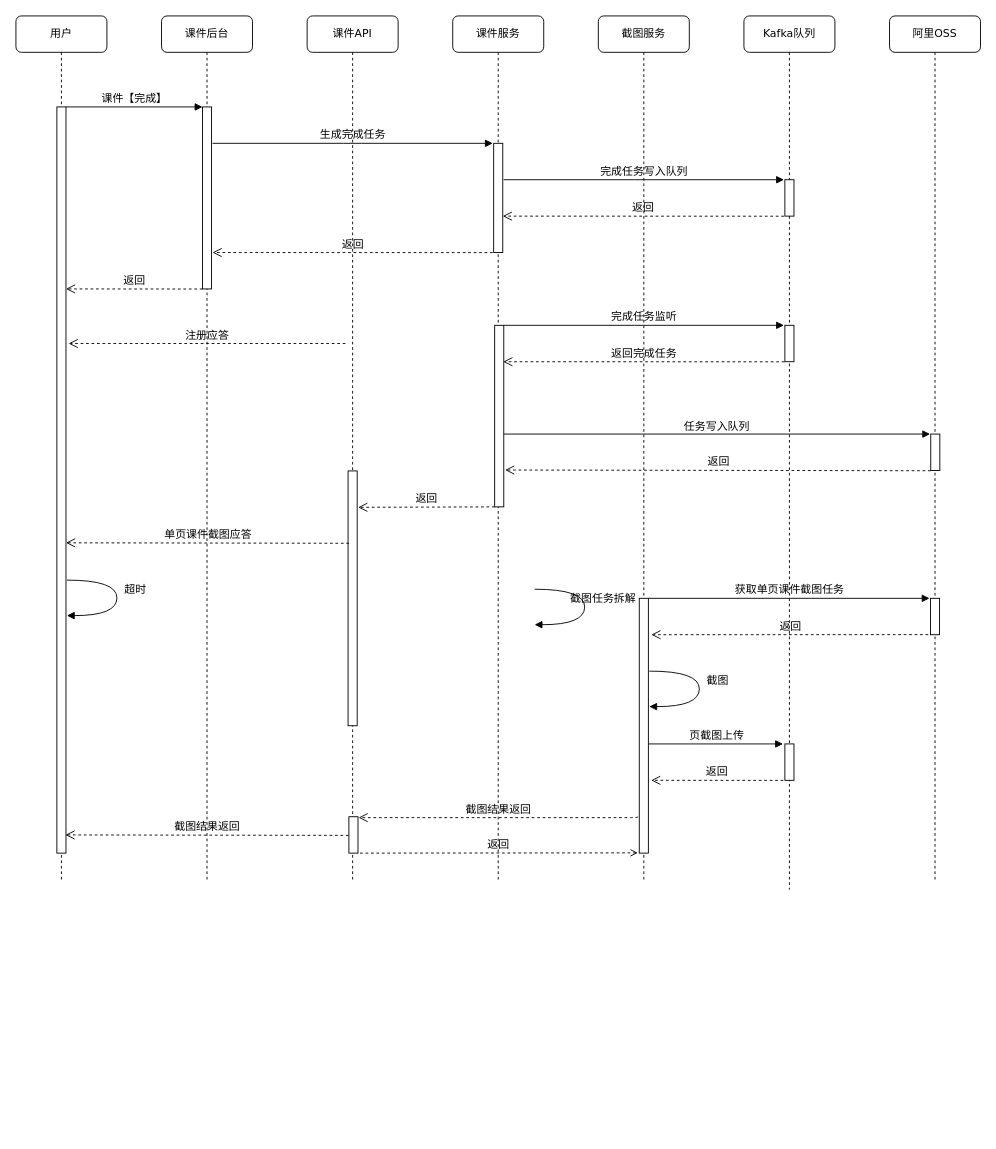
Before: cw3-release.drawio in huanjiesm/courseware-draw, a draw.io diagram. Source tidied: cells renumbered, new cells numbered last; positions are measured from the earlier drawing's top-left corner, leaving out a move shared by most shapes. Both pictures are drawn from the tidied source at 91%, with x=0, y=0 at pixel (15, 15).
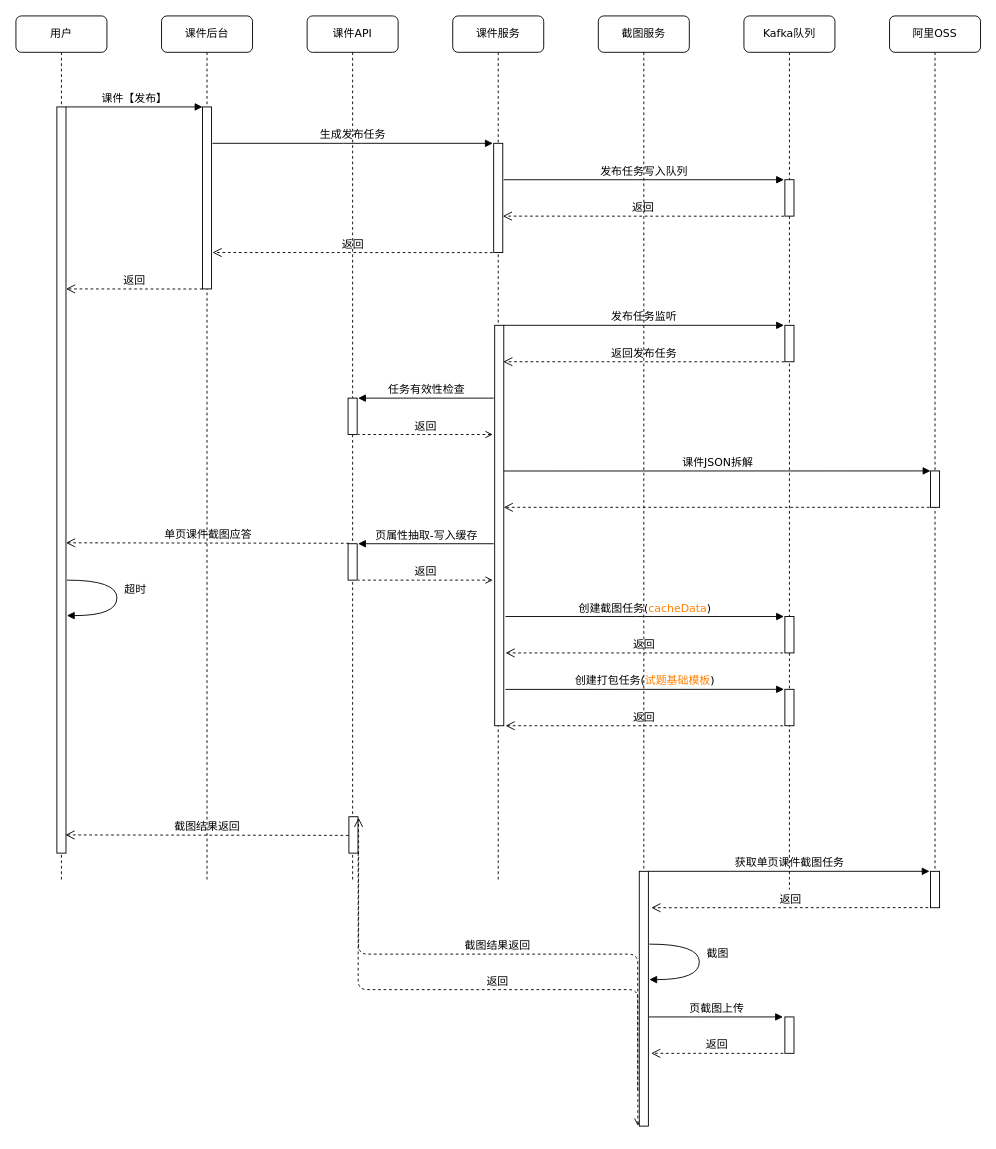
After the change.

Unchanged cells that the change refers to:
```xml
<mxCell id="2" value="阿里OSS" style="shape=umlLifeline;perimeter=lifelinePerimeter;whiteSpace=wrap;html=1;rounded=1;shadow=0;comic=0;labelBackgroundColor=none;strokeWidth=1;fontFamily=Verdana;fontSize=12;align=center;" parent="1" vertex="1">
  <mxGeometry x="960" width="100" height="950" as="geometry" />
</mxCell>
<mxCell id="4" value="Kafka队列" style="shape=umlLifeline;perimeter=lifelinePerimeter;whiteSpace=wrap;html=1;rounded=1;shadow=0;comic=0;labelBackgroundColor=none;strokeWidth=1;fontFamily=Verdana;fontSize=12;align=center;" parent="1" vertex="1">
  <mxGeometry x="800" width="100" height="960" as="geometry" />
</mxCell>
<mxCell id="10" style="html=1;points=[];perimeter=orthogonalPerimeter;rounded=0;shadow=0;comic=0;labelBackgroundColor=none;strokeWidth=1;fontFamily=Verdana;fontSize=12;align=center;" parent="9" vertex="1">
  <mxGeometry x="45" y="100" width="10" height="200" as="geometry" />
</mxCell>
<mxCell id="12" value="课件API" style="shape=umlLifeline;perimeter=lifelinePerimeter;whiteSpace=wrap;html=1;rounded=1;shadow=0;comic=0;labelBackgroundColor=none;strokeWidth=1;fontFamily=Verdana;fontSize=12;align=center;" parent="1" vertex="1">
  <mxGeometry x="320" width="100" height="950" as="geometry" />
</mxCell>
<mxCell id="16" value="课件服务" style="shape=umlLifeline;perimeter=lifelinePerimeter;whiteSpace=wrap;html=1;rounded=1;shadow=0;comic=0;labelBackgroundColor=none;strokeWidth=1;fontFamily=Verdana;fontSize=12;align=center;" parent="1" vertex="1">
  <mxGeometry x="480" width="100" height="950" as="geometry" />
</mxCell>
<mxCell id="27" style="html=1;points=[];perimeter=orthogonalPerimeter;rounded=0;shadow=0;comic=0;labelBackgroundColor=none;strokeWidth=1;fontFamily=Verdana;fontSize=12;align=center;" parent="26" vertex="1">
  <mxGeometry x="45" y="100" width="10" height="820" as="geometry" />
</mxCell>
<mxCell id="28" value="截图服务" style="shape=umlLifeline;perimeter=lifelinePerimeter;whiteSpace=wrap;html=1;rounded=1;shadow=0;comic=0;labelBackgroundColor=none;strokeWidth=1;fontFamily=Verdana;fontSize=12;align=center;" parent="1" vertex="1">
  <mxGeometry x="640" width="100" height="950" as="geometry" />
</mxCell>
```

What changed in the source:
```diff
@@
     <mxCell id="3" style="html=1;points=[];perimeter=orthogonalPerimeter;rounded=0;shadow=0;comic=0;labelBackgroundColor=none;strokeWidth=1;fontFamily=Verdana;fontSize=12;align=center;" parent="2" vertex="1">
-      <mxGeometry x="45" y="640" width="10" height="40" as="geometry" />
+      <mxGeometry x="45" y="940" width="10" height="40" as="geometry" />
     </mxCell>
+    <mxCell id="20" style="html=1;points=[];perimeter=orthogonalPerimeter;rounded=0;shadow=0;comic=0;labelBackgroundColor=none;strokeWidth=1;fontFamily=Verdana;fontSize=12;align=center;" parent="2" vertex="1">
+      <mxGeometry x="45" y="500" width="10" height="40" as="geometry" />
+    </mxCell>
@@
     <mxCell id="5" style="html=1;points=[];perimeter=orthogonalPerimeter;rounded=0;shadow=0;comic=0;labelBackgroundColor=none;strokeWidth=1;fontFamily=Verdana;fontSize=12;align=center;" parent="4" vertex="1">
-      <mxGeometry x="45" y="800" width="10" height="40" as="geometry" />
+      <mxGeometry x="45" y="1100" width="10" height="40" as="geometry" />
     </mxCell>
@@
+    <mxCell id="44" style="html=1;perimeter=orthogonalPerimeter;rounded=0;shadow=0;comic=0;labelBackgroundColor=none;strokeWidth=1;fontFamily=Verdana;fontSize=12;align=center;" parent="4" vertex="1">
+      <mxGeometry x="45" y="660" width="10" height="40" as="geometry" />
+    </mxCell>
+    <mxCell id="45" style="html=1;perimeter=orthogonalPerimeter;rounded=0;shadow=0;comic=0;labelBackgroundColor=none;strokeWidth=1;fontFamily=Verdana;fontSize=12;align=center;" parent="4" vertex="1">
+      <mxGeometry x="45" y="740" width="10" height="40" as="geometry" />
+    </mxCell>
@@
     <mxCell id="13" style="html=1;perimeter=orthogonalPerimeter;rounded=0;shadow=0;comic=0;labelBackgroundColor=none;strokeWidth=1;fontFamily=Verdana;fontSize=12;align=center;" parent="12" vertex="1">
-      <mxGeometry x="45" y="500" width="10" height="280" as="geometry" />
+      <mxGeometry x="45" y="420" width="10" height="40" as="geometry" />
     </mxCell>
@@
-    <mxCell id="15" value="生成完成任务" style="html=1;verticalAlign=bottom;endArrow=block;labelBackgroundColor=none;fontFamily=Verdana;fontSize=12;edgeStyle=elbowEdgeStyle;elbow=vertical;" parent="12" edge="1">
+    <mxCell id="15" value="生成发布任务" style="html=1;verticalAlign=bottom;endArrow=block;labelBackgroundColor=none;fontFamily=Verdana;fontSize=12;edgeStyle=elbowEdgeStyle;elbow=vertical;" parent="12" edge="1">
       <mxGeometry relative="1" as="geometry">
         <mxPoint x="-104" y="140" as="sourcePoint" />
         <mxPoint x="204" y="140" as="targetPoint" />
       </mxGeometry>
     </mxCell>
+    <mxCell id="46" style="html=1;perimeter=orthogonalPerimeter;rounded=0;shadow=0;comic=0;labelBackgroundColor=none;strokeWidth=1;fontFamily=Verdana;fontSize=12;align=center;" parent="12" vertex="1">
+      <mxGeometry x="45" y="580" width="10" height="40" as="geometry" />
+    </mxCell>
@@
     <mxCell id="18" style="html=1;points=[];perimeter=orthogonalPerimeter;rounded=0;shadow=0;comic=0;labelBackgroundColor=none;strokeWidth=1;fontFamily=Verdana;fontSize=12;align=center;" parent="16" vertex="1">
-      <mxGeometry x="46.1" y="340" width="10" height="199.5" as="geometry" />
+      <mxGeometry x="46.1" y="340" width="10" height="440" as="geometry" />
     </mxCell>
-    <mxCell id="19" value="任务写入队列" style="html=1;verticalAlign=bottom;endArrow=block;labelBackgroundColor=none;fontFamily=Verdana;fontSize=12;edgeStyle=elbowEdgeStyle;elbow=vertical;entryX=-0.07;entryY=-0.003;entryDx=0;entryDy=0;entryPerimeter=0;" parent="16" edge="1" target="20">
-      <mxGeometry relative="1" as="geometry">
-        <mxPoint x="56.1" y="459.5" as="sourcePoint" />
-        <Array as="points">
-          <mxPoint x="111.1" y="459.5" />
-          <mxPoint x="121.1" y="519.5" />
-          <mxPoint x="161.1" y="529.5" />
-          <mxPoint x="141.1" y="489.5" />
-          <mxPoint x="61.1" y="379.5" />
-        </Array>
-      </mxGeometry>
-    </mxCell>
-    <mxCell id="20" style="html=1;points=[];perimeter=orthogonalPerimeter;rounded=0;shadow=0;comic=0;labelBackgroundColor=none;strokeWidth=1;fontFamily=Verdana;fontSize=12;align=center;" parent="16" vertex="1">
-      <mxGeometry x="525.3" y="459.5" width="10" height="40" as="geometry" />
-    </mxCell>
-    <mxCell id="21" value="返回" style="html=1;verticalAlign=bottom;endArrow=open;dashed=1;endSize=8;labelBackgroundColor=none;fontFamily=Verdana;fontSize=12;edgeStyle=elbowEdgeStyle;elbow=vertical;entryX=1.146;entryY=0.797;entryDx=0;entryDy=0;entryPerimeter=0;" parent="16" edge="1" target="18">
-      <mxGeometry relative="1" as="geometry">
-        <mxPoint x="525.3" y="499.8" as="sourcePoint" />
-      </mxGeometry>
-    </mxCell>
-    <mxCell id="22" value="返回" style="html=1;verticalAlign=bottom;endArrow=open;dashed=1;endSize=8;labelBackgroundColor=none;fontFamily=Verdana;fontSize=12;edgeStyle=elbowEdgeStyle;elbow=vertical;" parent="16" edge="1">
-      <mxGeometry relative="1" as="geometry">
-        <mxPoint x="46.1" y="539.5" as="sourcePoint" />
-        <mxPoint x="-103.9" y="539.5" as="targetPoint" />
-      </mxGeometry>
-    </mxCell>
@@
+    <mxCell id="47" value="任务有效性检查" style="html=1;verticalAlign=bottom;endArrow=none;labelBackgroundColor=none;fontFamily=Verdana;fontSize=12;edgeStyle=elbowEdgeStyle;elbow=vertical;entryX=-0.209;entryY=0;entryDx=0;entryDy=0;entryPerimeter=0;startArrow=block;startFill=1;endFill=0;" parent="16" edge="1">
+      <mxGeometry relative="1" as="geometry">
+        <mxPoint x="-104" y="420" as="sourcePoint" />
+        <mxPoint x="45" y="420" as="targetPoint" />
+        <Array as="points">
+          <mxPoint x="-47.5" y="420" />
+          <mxPoint x="-37.5" y="480" />
+          <mxPoint x="2.5" y="490" />
+          <mxPoint x="-17.5" y="450" />
+          <mxPoint x="-97.5" y="340" />
+        </Array>
+      </mxGeometry>
+    </mxCell>
+    <mxCell id="48" value="返回" style="html=1;verticalAlign=bottom;endArrow=none;dashed=1;endSize=8;labelBackgroundColor=none;fontFamily=Verdana;fontSize=12;edgeStyle=elbowEdgeStyle;elbow=vertical;startArrow=open;startFill=0;endFill=0;" parent="16" edge="1">
+      <mxGeometry relative="1" as="geometry">
+        <mxPoint x="44" y="460" as="sourcePoint" />
+        <mxPoint x="-104" y="460" as="targetPoint" />
+      </mxGeometry>
+    </mxCell>
@@
     <mxCell id="29" style="html=1;points=[];perimeter=orthogonalPerimeter;rounded=0;shadow=0;comic=0;labelBackgroundColor=none;strokeWidth=1;fontFamily=Verdana;fontSize=12;align=center;" parent="28" vertex="1">
-      <mxGeometry x="45" y="640" width="10" height="280" as="geometry" />
+      <mxGeometry x="45" y="940" width="10" height="280" as="geometry" />
     </mxCell>
+    <mxCell id="49" value="创建截图任务(&lt;font color=&quot;#ff8000&quot;&gt;cacheData&lt;/font&gt;)" style="html=1;verticalAlign=bottom;endArrow=block;labelBackgroundColor=none;fontFamily=Verdana;fontSize=12;edgeStyle=elbowEdgeStyle;elbow=vertical;" parent="28" edge="1">
+      <mxGeometry relative="1" as="geometry">
+        <mxPoint x="-102" y="660" as="sourcePoint" />
+        <mxPoint x="204" y="660" as="targetPoint" />
+      </mxGeometry>
+    </mxCell>
+    <mxCell id="50" value="返回" style="html=1;verticalAlign=bottom;endArrow=open;dashed=1;endSize=8;labelBackgroundColor=none;fontFamily=Verdana;fontSize=12;edgeStyle=elbowEdgeStyle;elbow=vertical;" parent="28" edge="1">
+      <mxGeometry relative="1" as="geometry">
+        <mxPoint x="203" y="700" as="sourcePoint" />
+        <mxPoint x="-102" y="700" as="targetPoint" />
+      </mxGeometry>
+    </mxCell>
-    <mxCell id="30" value="课件【完成】" style="html=1;verticalAlign=bottom;endArrow=block;entryX=0;entryY=0;labelBackgroundColor=none;fontFamily=Verdana;fontSize=12;edgeStyle=elbowEdgeStyle;elbow=vertical;" parent="1" edge="1" source="27" target="10">
+    <mxCell id="30" value="课件【发布】" style="html=1;verticalAlign=bottom;endArrow=block;entryX=0;entryY=0;labelBackgroundColor=none;fontFamily=Verdana;fontSize=12;edgeStyle=elbowEdgeStyle;elbow=vertical;" parent="1" edge="1" source="27" target="10">
       <mxGeometry relative="1" as="geometry" />
     </mxCell>
-    <mxCell id="31" value="注册应答" style="html=1;verticalAlign=bottom;endArrow=open;dashed=1;endSize=8;labelBackgroundColor=none;fontFamily=Verdana;fontSize=12;edgeStyle=elbowEdgeStyle;elbow=vertical;entryX=1.339;entryY=0.244;entryDx=0;entryDy=0;entryPerimeter=0;" parent="1" edge="1">
-      <mxGeometry relative="1" as="geometry">
-        <mxPoint x="362.1" y="360" as="sourcePoint" />
-        <mxPoint x="57.9" y="360.1" as="targetPoint" />
-        <Array as="points">
-          <mxPoint x="142.6" y="360" />
-          <mxPoint x="122.6" y="360" />
-        </Array>
-      </mxGeometry>
-    </mxCell>
     <mxCell id="32" value="获取单页课件截图任务" style="html=1;verticalAlign=bottom;endArrow=block;labelBackgroundColor=none;fontFamily=Verdana;fontSize=12;edgeStyle=elbowEdgeStyle;elbow=vertical;entryX=-0.1;entryY=0.004;entryDx=0;entryDy=0;entryPerimeter=0;" parent="1" edge="1" target="3">
       <mxGeometry relative="1" as="geometry">
-        <mxPoint x="695" y="640" as="sourcePoint" />
+        <mxPoint x="695" y="940" as="sourcePoint" />
         <Array as="points">
-          <mxPoint x="750" y="640" />
-          <mxPoint x="760" y="700" />
-          <mxPoint x="800" y="710" />
-          <mxPoint x="780" y="670" />
-          <mxPoint x="700" y="560" />
+          <mxPoint x="750" y="940" />
+          <mxPoint x="760" y="1000" />
+          <mxPoint x="800" y="1010" />
+          <mxPoint x="780" y="970" />
+          <mxPoint x="700" y="860" />
         </Array>
       </mxGeometry>
     </mxCell>
@@
     <mxCell id="34" value="截图" style="html=1;verticalAlign=bottom;endArrow=block;labelBackgroundColor=none;fontFamily=Verdana;fontSize=12;elbow=vertical;edgeStyle=orthogonalEdgeStyle;curved=1;exitX=1.038;exitY=0.345;exitPerimeter=0;entryX=1.027;entryY=0.831;entryDx=0;entryDy=0;entryPerimeter=0;" parent="1" edge="1">
       <mxGeometry x="0.01" y="20" relative="1" as="geometry">
-        <mxPoint x="696" y="720" as="sourcePoint" />
-        <mxPoint x="696" y="759" as="targetPoint" />
+        <mxPoint x="696" y="1020" as="sourcePoint" />
+        <mxPoint x="696" y="1059" as="targetPoint" />
         <Array as="points">
-          <mxPoint x="751" y="720" />
-          <mxPoint x="751" y="759" />
+          <mxPoint x="751" y="1020" />
+          <mxPoint x="751" y="1059" />
         </Array>
       </mxGeometry>
     </mxCell>
     <mxCell id="35" value="页截图上传" style="html=1;verticalAlign=bottom;endArrow=block;labelBackgroundColor=none;fontFamily=Verdana;fontSize=12;edgeStyle=elbowEdgeStyle;elbow=vertical;entryX=-0.209;entryY=0;entryDx=0;entryDy=0;entryPerimeter=0;" parent="1" edge="1" target="5">
       <mxGeometry relative="1" as="geometry">
-        <mxPoint x="695.5" y="800" as="sourcePoint" />
+        <mxPoint x="695.5" y="1100" as="sourcePoint" />
         <Array as="points">
-          <mxPoint x="750.5" y="800" />
-          <mxPoint x="760.5" y="860" />
-          <mxPoint x="800.5" y="870" />
-          <mxPoint x="780.5" y="830" />
-          <mxPoint x="700.5" y="720" />
+          <mxPoint x="750.5" y="1100" />
+          <mxPoint x="760.5" y="1160" />
+          <mxPoint x="800.5" y="1170" />
+          <mxPoint x="780.5" y="1130" />
+          <mxPoint x="700.5" y="1020" />
         </Array>
       </mxGeometry>
     </mxCell>
@@
-    <mxCell id="40" value="完成任务写入队列" style="html=1;verticalAlign=bottom;endArrow=block;labelBackgroundColor=none;fontFamily=Verdana;fontSize=12;edgeStyle=elbowEdgeStyle;elbow=vertical;" parent="1" edge="1">
+    <mxCell id="40" value="发布任务写入队列" style="html=1;verticalAlign=bottom;endArrow=block;labelBackgroundColor=none;fontFamily=Verdana;fontSize=12;edgeStyle=elbowEdgeStyle;elbow=vertical;" parent="1" edge="1">
       <mxGeometry relative="1" as="geometry">
         <mxPoint x="536" y="180" as="sourcePoint" />
         <mxPoint x="844" y="180" as="targetPoint" />
       </mxGeometry>
     </mxCell>
-    <mxCell id="41" value="完成任务监听" style="html=1;verticalAlign=bottom;endArrow=block;labelBackgroundColor=none;fontFamily=Verdana;fontSize=12;edgeStyle=elbowEdgeStyle;elbow=vertical;" parent="1" edge="1">
+    <mxCell id="41" value="发布任务监听" style="html=1;verticalAlign=bottom;endArrow=block;labelBackgroundColor=none;fontFamily=Verdana;fontSize=12;edgeStyle=elbowEdgeStyle;elbow=vertical;" parent="1" edge="1">
       <mxGeometry relative="1" as="geometry">
         <mxPoint x="536" y="340" as="sourcePoint" />
         <mxPoint x="844" y="340" as="targetPoint" />
       </mxGeometry>
     </mxCell>
-    <mxCell id="42" value="截图任务拆解" style="html=1;verticalAlign=bottom;endArrow=block;labelBackgroundColor=none;fontFamily=Verdana;fontSize=12;elbow=vertical;edgeStyle=orthogonalEdgeStyle;curved=1;exitX=1.038;exitY=0.345;exitPerimeter=0;entryX=1.027;entryY=0.831;entryDx=0;entryDy=0;entryPerimeter=0;" parent="1" edge="1">
-      <mxGeometry x="0.01" y="20" relative="1" as="geometry">
-        <mxPoint x="570" y="630" as="sourcePoint" />
-        <mxPoint x="570" y="669" as="targetPoint" />
-        <Array as="points">
-          <mxPoint x="625" y="630" />
-          <mxPoint x="625" y="669" />
-        </Array>
-      </mxGeometry>
-    </mxCell>
-    <mxCell id="43" value="返回完成任务" style="html=1;verticalAlign=bottom;endArrow=open;dashed=1;endSize=8;labelBackgroundColor=none;fontFamily=Verdana;fontSize=12;edgeStyle=elbowEdgeStyle;elbow=vertical;" parent="1" edge="1">
+    <mxCell id="43" value="返回发布任务" style="html=1;verticalAlign=bottom;endArrow=open;dashed=1;endSize=8;labelBackgroundColor=none;fontFamily=Verdana;fontSize=12;edgeStyle=elbowEdgeStyle;elbow=vertical;" parent="1" edge="1">
       <mxGeometry relative="1" as="geometry">
         <mxPoint x="844.5" y="380.1" as="sourcePoint" />
         <mxPoint x="535.5" y="380" as="targetPoint" />
       </mxGeometry>
     </mxCell>
+    <mxCell id="51" value="课件JSON拆解" style="html=1;verticalAlign=bottom;endArrow=block;labelBackgroundColor=none;fontFamily=Verdana;fontSize=12;edgeStyle=elbowEdgeStyle;elbow=vertical;" parent="1" edge="1">
+      <mxGeometry relative="1" as="geometry">
+        <mxPoint x="536" y="500.1" as="sourcePoint" />
+        <mxPoint x="1005" y="500" as="targetPoint" />
+      </mxGeometry>
+    </mxCell>
+    <mxCell id="52" style="html=1;verticalAlign=bottom;endArrow=open;dashed=1;endSize=8;labelBackgroundColor=none;fontFamily=Verdana;fontSize=12;edgeStyle=elbowEdgeStyle;elbow=vertical;" parent="1" edge="1">
+      <mxGeometry relative="1" as="geometry">
+        <mxPoint x="1004" y="540" as="sourcePoint" />
+        <mxPoint x="536" y="540" as="targetPoint" />
+      </mxGeometry>
+    </mxCell>
+    <mxCell id="53" value="页属性抽取-写入缓存" style="html=1;verticalAlign=bottom;endArrow=none;labelBackgroundColor=none;fontFamily=Verdana;fontSize=12;edgeStyle=elbowEdgeStyle;elbow=vertical;entryX=-0.209;entryY=0;entryDx=0;entryDy=0;entryPerimeter=0;startArrow=block;startFill=1;endFill=0;" parent="1" edge="1">
+      <mxGeometry relative="1" as="geometry">
+        <mxPoint x="376" y="580" as="sourcePoint" />
+        <mxPoint x="525" y="580" as="targetPoint" />
+        <Array as="points">
+          <mxPoint x="432.5" y="580" />
+          <mxPoint x="442.5" y="640" />
+          <mxPoint x="482.5" y="650" />
+          <mxPoint x="462.5" y="610" />
+          <mxPoint x="382.5" y="500" />
+        </Array>
+      </mxGeometry>
+    </mxCell>
+    <mxCell id="54" value="返回" style="html=1;verticalAlign=bottom;endArrow=none;dashed=1;endSize=8;labelBackgroundColor=none;fontFamily=Verdana;fontSize=12;edgeStyle=elbowEdgeStyle;elbow=vertical;startArrow=open;startFill=0;endFill=0;" parent="1" edge="1">
+      <mxGeometry relative="1" as="geometry">
+        <mxPoint x="524" y="620" as="sourcePoint" />
+        <mxPoint x="376" y="620" as="targetPoint" />
+      </mxGeometry>
+    </mxCell>
+    <mxCell id="55" value="创建打包任务(&lt;font color=&quot;#ff8000&quot;&gt;试题基础模板&lt;/font&gt;)" style="html=1;verticalAlign=bottom;endArrow=block;labelBackgroundColor=none;fontFamily=Verdana;fontSize=12;edgeStyle=elbowEdgeStyle;elbow=vertical;" parent="1" edge="1">
+      <mxGeometry relative="1" as="geometry">
+        <mxPoint x="538" y="740.1" as="sourcePoint" />
+        <mxPoint x="844" y="740.1" as="targetPoint" />
+      </mxGeometry>
+    </mxCell>
+    <mxCell id="56" value="返回" style="html=1;verticalAlign=bottom;endArrow=open;dashed=1;endSize=8;labelBackgroundColor=none;fontFamily=Verdana;fontSize=12;edgeStyle=elbowEdgeStyle;elbow=vertical;" parent="1" edge="1">
+      <mxGeometry relative="1" as="geometry">
+        <mxPoint x="843" y="780.1" as="sourcePoint" />
+        <mxPoint x="538" y="780.1" as="targetPoint" />
+      </mxGeometry>
+    </mxCell>
```
